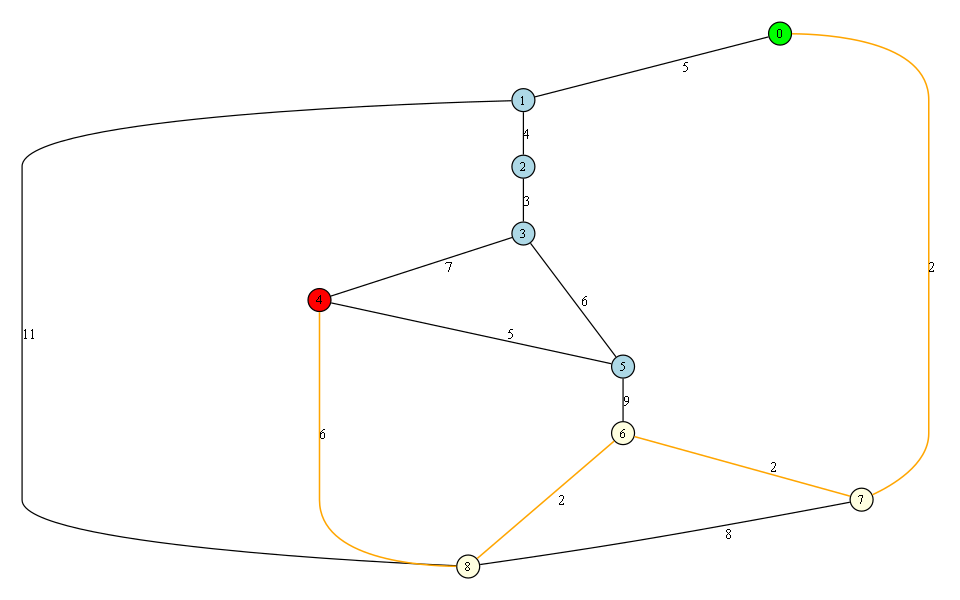
Arpit-Singh-Chauhan/Path-Finder keeps this Graphviz diagram as graph.png. Above is the earlier version. Its source is kept beside it as graph.dot.
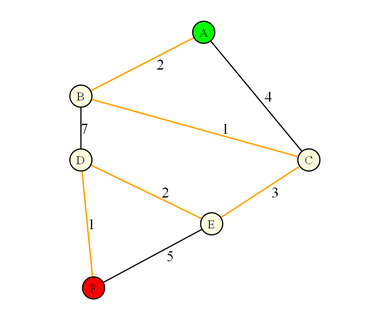
The same diagram one commit later.

The edit, as a diff of the source:
```diff
@@ -15,22 +15,18 @@
 fontsize=50
 penwidth = 4
 ]
-0 [fillcolor=green];
-0 -- 1 [label="5"];
-0 -- 7 [label="2", color=orange, penwidth=5];
-1 -- 2 [label="4"];
-1 -- 8 [label="11"];
-2 -- 3 [label="3"];
-3 -- 4 [label="7"];
-3 -- 5 [label="6"];
-4 [fillcolor=red];
-4 -- 5 [label="5"];
-4 -- 8 [label="6", color=orange, penwidth=5];
-5 -- 6 [label="9"];
-6 [fillcolor=lightyellow];
-6 -- 7 [label="2", color=orange, penwidth=5];
-6 -- 8 [label="2", color=orange, penwidth=5];
-7 [fillcolor=lightyellow];
-7 -- 8 [label="8"];
-8 [fillcolor=lightyellow];
+  "A" [fillcolor=green];
+  "A" -- "B" [label="2", color=orange, penwidth=5];
+  "A" -- "C" [label="4"];
+  "B" [fillcolor=lightyellow];
+  "B" -- "C" [label="1", color=orange, penwidth=5];
+  "B" -- "D" [label="7"];
+  "C" [fillcolor=lightyellow];
+  "C" -- "E" [label="3", color=orange, penwidth=5];
+  "D" [fillcolor=lightyellow];
+  "D" -- "F" [label="1", color=orange, penwidth=5];
+  "D" -- "E" [label="2", color=orange, penwidth=5];
+  "E" [fillcolor=lightyellow];
+  "E" -- "F" [label="5"];
+  "F" [fillcolor=red];
 }
```
